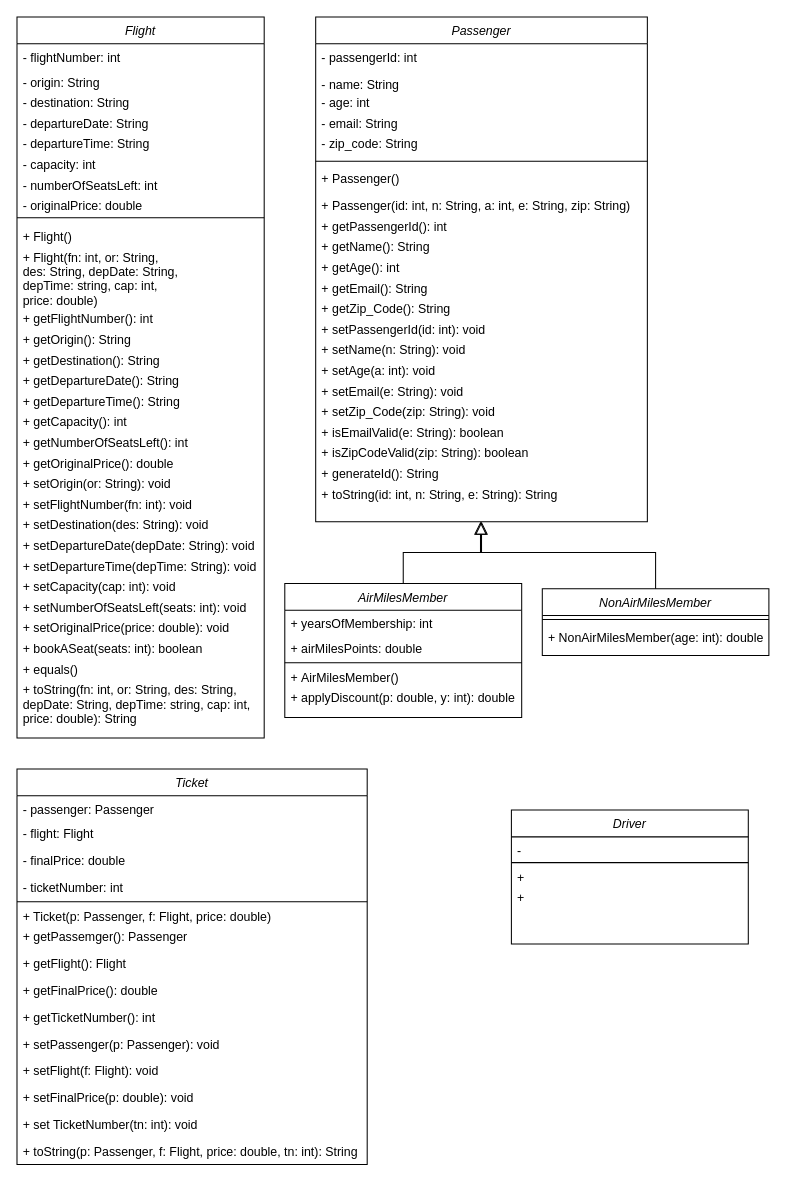
This is Untitled Diagram.drawio from yumvinegar/ProgrammingProject, a draw.io file, before an edit. Source tidied: cells renumbered, new cells numbered last; positions are measured from the earlier drawing's top-left corner, leaving out a move shared by most shapes. Both pictures are drawn from the tidied source at 103%, with x=0, y=0 at pixel (16, 16).
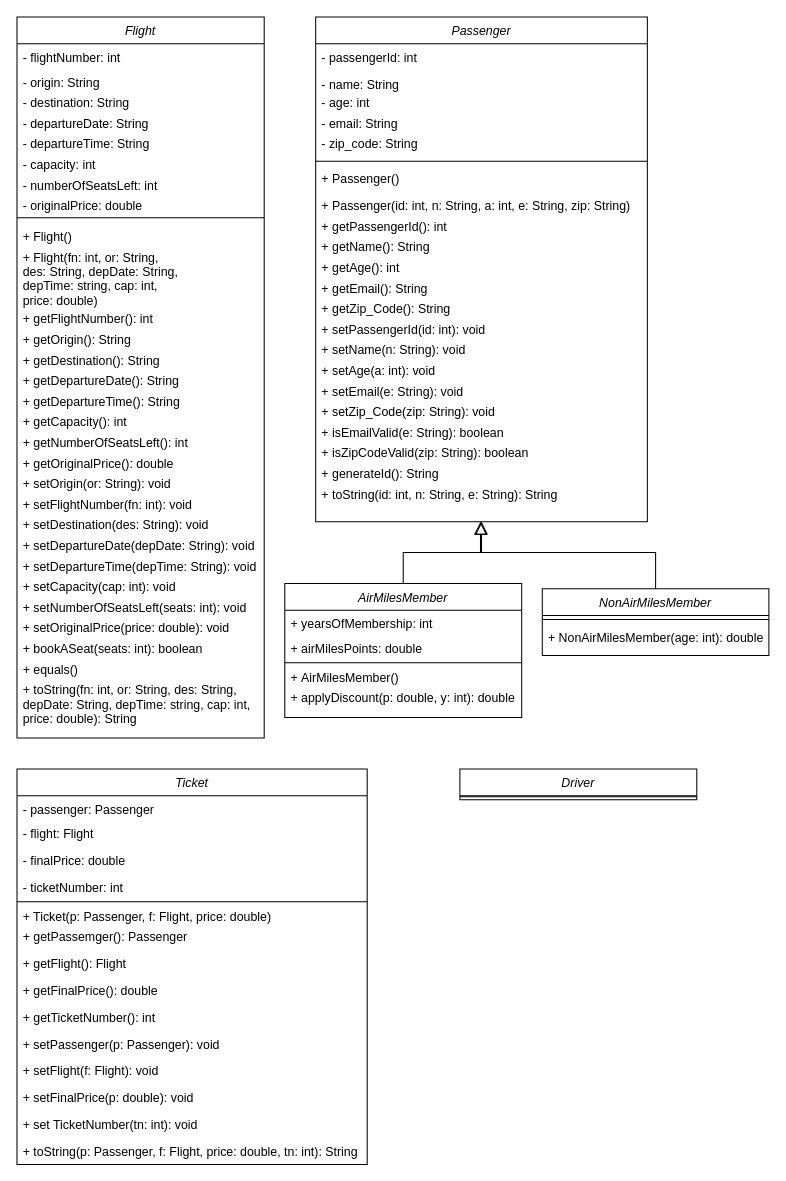
Above is the later version.

Commit message:
driver class

Diff of the diagram source:
```diff
@@
     <mxCell id="83" value="Driver" style="swimlane;fontStyle=2;align=center;verticalAlign=top;horizontal=1;startSize=26;rounded=0;shadow=0;strokeWidth=1;" parent="1" vertex="1">
-      <mxGeometry x="480" y="770" width="230" height="130" as="geometry" />
+      <mxGeometry x="430" y="730" width="230" height="30" as="geometry" />
     </mxCell>
-    <mxCell id="84" value="-" style="text;align=left;verticalAlign=top;spacingLeft=4;spacingRight=4;overflow=hidden;" parent="83" vertex="1">
-      <mxGeometry y="26" width="230" height="24" as="geometry" />
-    </mxCell>
     <mxCell id="85" style="line;html=1;strokeWidth=1;align=left;verticalAlign=middle;spacingTop=-1;spacingLeft=3;spacingRight=3;labelPosition=right;" parent="83" vertex="1">
-      <mxGeometry y="50" width="230" height="2" as="geometry" />
+      <mxGeometry y="26" width="230" height="2" as="geometry" />
     </mxCell>
-    <mxCell id="86" value="+" style="text;align=left;verticalAlign=top;spacingLeft=4;spacingRight=4;overflow=hidden;fontStyle=0;" parent="83" vertex="1">
-      <mxGeometry y="52" width="230" height="20" as="geometry" />
-    </mxCell>
-    <mxCell id="87" value="+" style="text;align=left;verticalAlign=top;spacingLeft=4;spacingRight=4;overflow=hidden;fontStyle=0;" parent="83" vertex="1">
-      <mxGeometry y="72" width="230" height="26" as="geometry" />
-    </mxCell>
```
